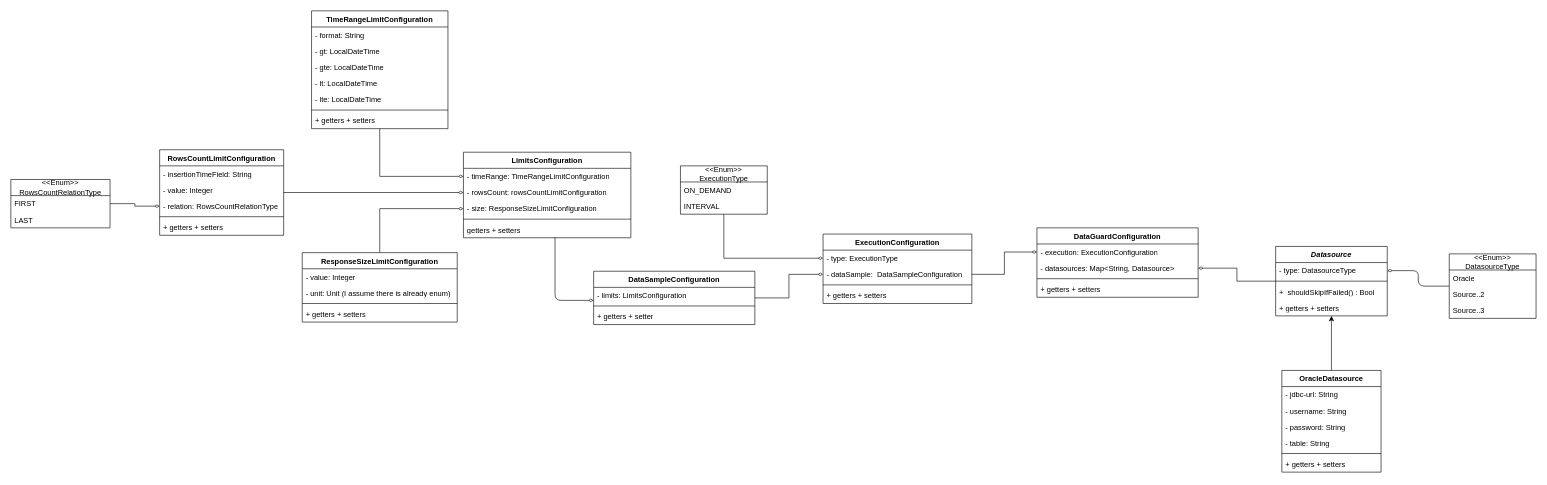
Before: Ditto Data Guard Design.drawio in Almog-Oz/Data-Pulse-Design, a draw.io diagram. Source tidied: cells renumbered, new cells numbered last; positions are measured from the earlier drawing's top-left corner, leaving out a move shared by most shapes. Both pictures are drawn from the tidied source at 62%, with x=0, y=0 at pixel (11, 11).
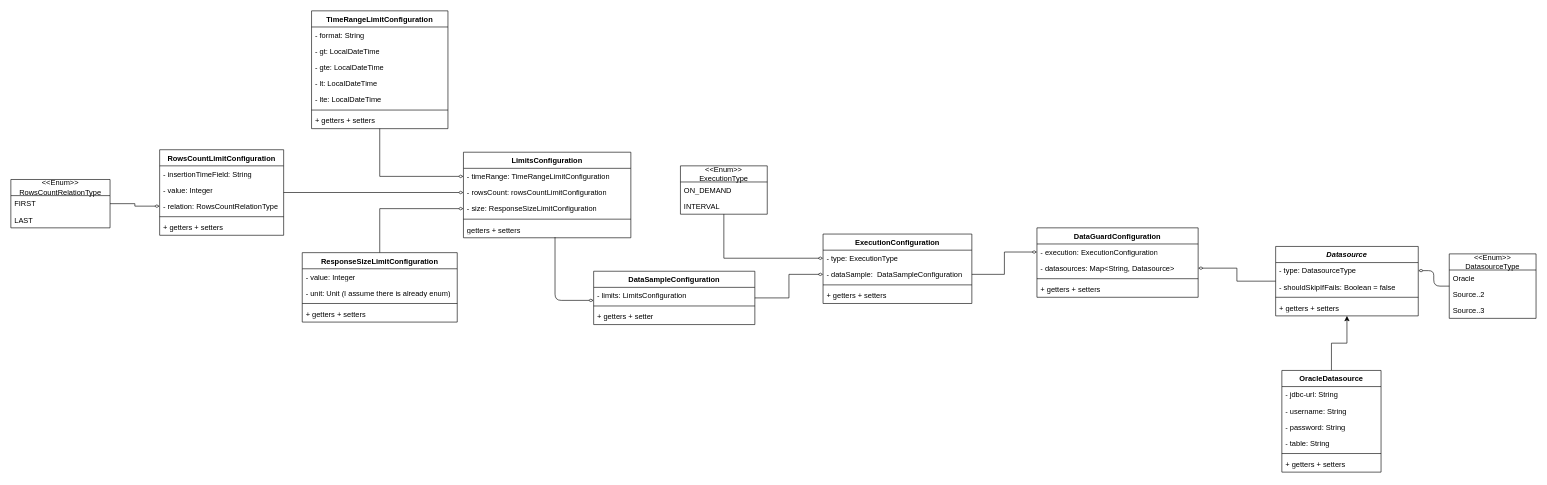
The same diagram, later.

Commit message:
WIP - Update datasource configuration class

Diff of the diagram source:
```diff
@@
     <mxCell id="3" value="&lt;i&gt;Datasource&lt;/i&gt;" style="swimlane;fontStyle=1;align=center;verticalAlign=top;horizontal=1;startSize=26;whiteSpace=wrap;html=1;" parent="1" vertex="1">
-      <mxGeometry x="2040" y="380" width="180" height="112" as="geometry" />
+      <mxGeometry x="2040" y="380" width="230" height="112" as="geometry" />
     </mxCell>
     <mxCell id="4" value="- type: DatasourceType" style="text;strokeColor=none;fillColor=none;align=left;verticalAlign=top;spacingLeft=4;spacingRight=4;overflow=hidden;points=[[0,0.5],[1,0.5]];portConstraint=eastwest;whiteSpace=wrap;html=1;" parent="3" vertex="1">
-      <mxGeometry y="26" width="180" height="26" as="geometry" />
+      <mxGeometry y="26" width="230" height="26" as="geometry" />
     </mxCell>
+    <mxCell id="74" value="- shouldSkipIfFails: Boolean = false" style="text;strokeColor=none;fillColor=none;align=left;verticalAlign=top;spacingLeft=4;spacingRight=4;overflow=hidden;whiteSpace=wrap;html=1;" parent="3" vertex="1">
+      <mxGeometry y="52" width="230" height="26" as="geometry" />
+    </mxCell>
     <mxCell id="5" style="line;strokeWidth=1;fillColor=none;align=left;verticalAlign=middle;spacingTop=-1;spacingLeft=3;spacingRight=3;labelPosition=right;strokeColor=inherit;" parent="3" vertex="1">
-      <mxGeometry y="52" width="180" height="8" as="geometry" />
+      <mxGeometry y="78" width="230" height="8" as="geometry" />
     </mxCell>
-    <mxCell id="6" value="+&amp;nbsp; shouldSkipIfFailed() : Bool" style="text;strokeColor=none;fillColor=none;align=left;verticalAlign=top;spacingLeft=4;spacingRight=4;overflow=hidden;whiteSpace=wrap;html=1;" parent="3" vertex="1">
-      <mxGeometry y="60" width="180" height="26" as="geometry" />
-    </mxCell>
     <mxCell id="7" value="+ getters + setters" style="text;strokeColor=none;fillColor=none;align=left;verticalAlign=top;spacingLeft=4;spacingRight=4;overflow=hidden;whiteSpace=wrap;html=1;" parent="3" vertex="1">
-      <mxGeometry y="86" width="180" height="26" as="geometry" />
+      <mxGeometry y="86" width="230" height="26" as="geometry" />
     </mxCell>
```
